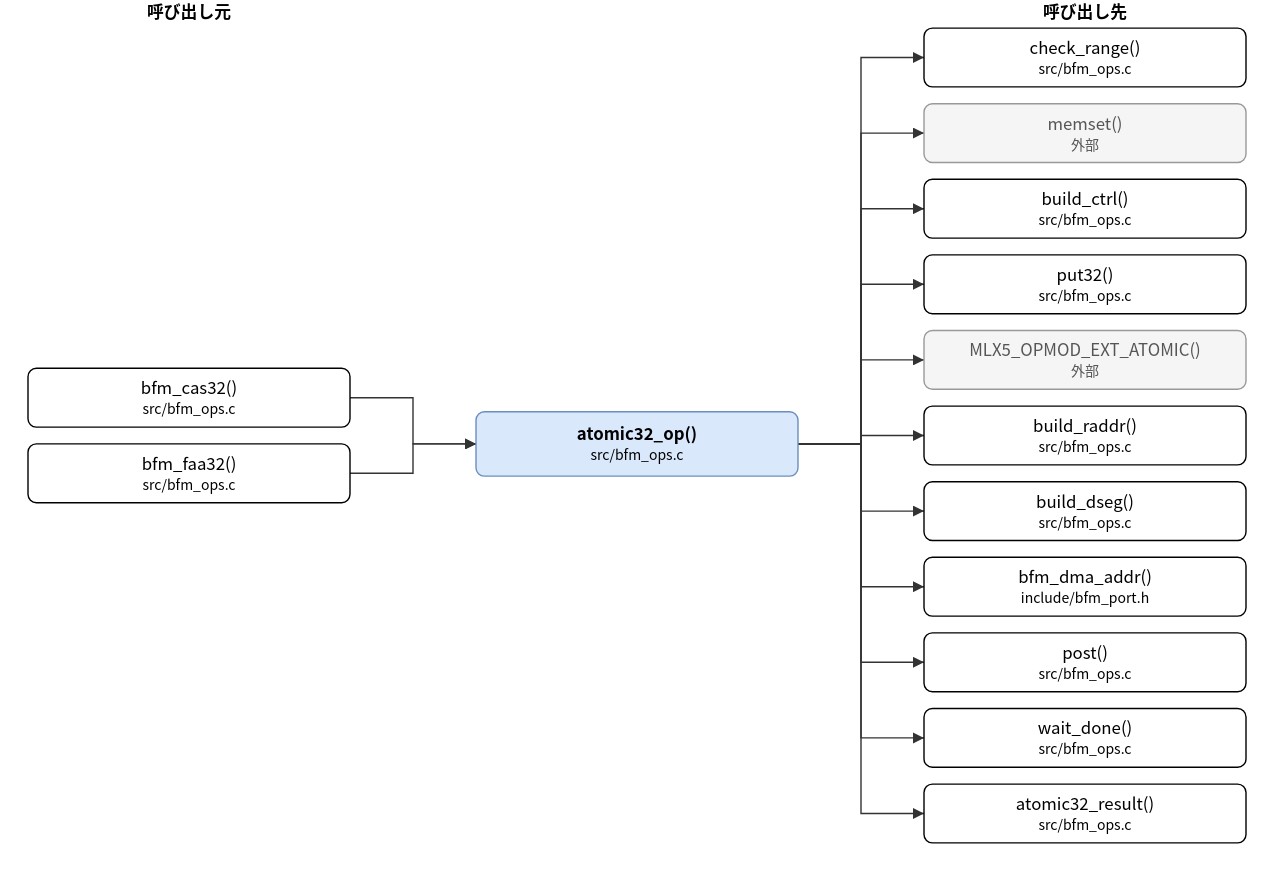
Above: doc/spec/images/call_src_bfm_ops-atomic32_op.drawio.svg in hf355051012-ai/bfmem (draw.io), before the change. Source tidied: cells renumbered, new cells last; positions are measured from the earlier drawing's top-left corner, leaving out a move shared by most shapes.
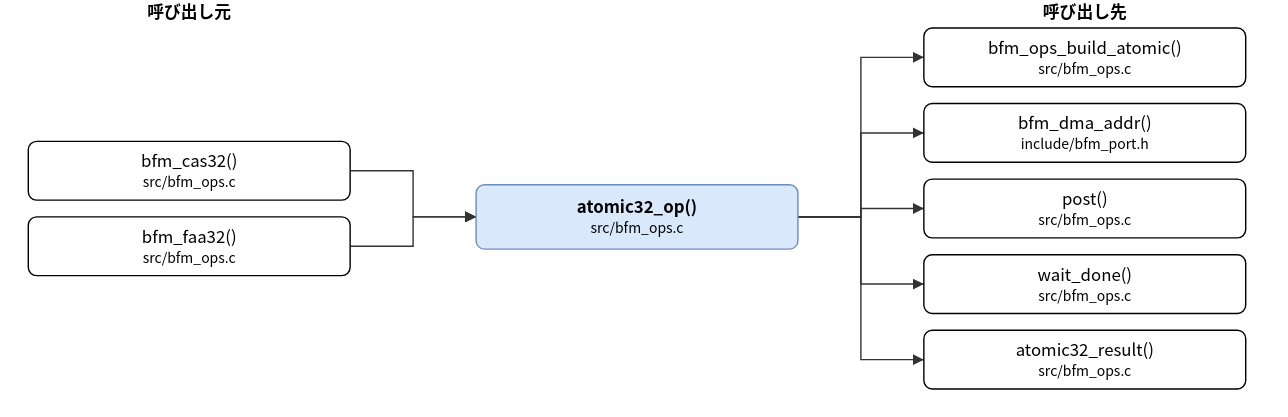
The same diagram one commit later.

Change to the diagram source:
```diff
@@ -3,67 +3,49 @@
     <mxCell id="0" />
     <mxCell id="1" parent="0" />
     <mxCell id="2" value="atomic32_op()&lt;br&gt;&lt;font style=&quot;font-size:10px&quot;&gt;src/bfm_ops.c&lt;/font&gt;" style="rounded=1;whiteSpace=wrap;html=1;fillColor=#dae8fc;strokeColor=#6c8ebf;fontStyle=1;" parent="1" vertex="1">
-      <mxGeometry x="320" y="294" width="230" height="46" as="geometry" />
+      <mxGeometry x="320" y="132" width="230" height="46" as="geometry" />
     </mxCell>
     <mxCell id="3" value="bfm_cas32()&lt;br&gt;&lt;font style=&quot;font-size:10px&quot;&gt;src/bfm_ops.c&lt;/font&gt;" style="rounded=1;whiteSpace=wrap;html=1;" parent="1" vertex="1">
-      <mxGeometry y="263" width="230" height="42" as="geometry" />
+      <mxGeometry y="101" width="230" height="42" as="geometry" />
     </mxCell>
     <mxCell id="4" value="bfm_faa32()&lt;br&gt;&lt;font style=&quot;font-size:10px&quot;&gt;src/bfm_ops.c&lt;/font&gt;" style="rounded=1;whiteSpace=wrap;html=1;" parent="1" vertex="1">
-      <mxGeometry y="317" width="230" height="42" as="geometry" />
+      <mxGeometry y="155" width="230" height="42" as="geometry" />
     </mxCell>
-    <mxCell id="5" value="check_range()&lt;br&gt;&lt;font style=&quot;font-size:10px&quot;&gt;src/bfm_ops.c&lt;/font&gt;" style="rounded=1;whiteSpace=wrap;html=1;" parent="1" vertex="1">
+    <mxCell id="5" value="bfm_ops_build_atomic()&lt;br&gt;&lt;font style=&quot;font-size:10px&quot;&gt;src/bfm_ops.c&lt;/font&gt;" style="rounded=1;whiteSpace=wrap;html=1;" parent="1" vertex="1">
       <mxGeometry x="640" y="20" width="230" height="42" as="geometry" />
     </mxCell>
-    <mxCell id="6" value="memset()&lt;br&gt;&lt;font style=&quot;font-size:10px&quot;&gt;外部&lt;/font&gt;" style="rounded=1;whiteSpace=wrap;html=1;fillColor=#f5f5f5;strokeColor=#999999;fontColor=#555555;" parent="1" vertex="1">
+    <mxCell id="6" value="bfm_dma_addr()&lt;br&gt;&lt;font style=&quot;font-size:10px&quot;&gt;include/bfm_port.h&lt;/font&gt;" style="rounded=1;whiteSpace=wrap;html=1;" parent="1" vertex="1">
       <mxGeometry x="640" y="74" width="230" height="42" as="geometry" />
     </mxCell>
-    <mxCell id="7" value="build_ctrl()&lt;br&gt;&lt;font style=&quot;font-size:10px&quot;&gt;src/bfm_ops.c&lt;/font&gt;" style="rounded=1;whiteSpace=wrap;html=1;" parent="1" vertex="1">
+    <mxCell id="7" value="post()&lt;br&gt;&lt;font style=&quot;font-size:10px&quot;&gt;src/bfm_ops.c&lt;/font&gt;" style="rounded=1;whiteSpace=wrap;html=1;" parent="1" vertex="1">
       <mxGeometry x="640" y="128" width="230" height="42" as="geometry" />
     </mxCell>
-    <mxCell id="8" value="put32()&lt;br&gt;&lt;font style=&quot;font-size:10px&quot;&gt;src/bfm_ops.c&lt;/font&gt;" style="rounded=1;whiteSpace=wrap;html=1;" parent="1" vertex="1">
+    <mxCell id="8" value="wait_done()&lt;br&gt;&lt;font style=&quot;font-size:10px&quot;&gt;src/bfm_ops.c&lt;/font&gt;" style="rounded=1;whiteSpace=wrap;html=1;" parent="1" vertex="1">
       <mxGeometry x="640" y="182" width="230" height="42" as="geometry" />
     </mxCell>
-    <mxCell id="9" value="MLX5_OPMOD_EXT_ATOMIC()&lt;br&gt;&lt;font style=&quot;font-size:10px&quot;&gt;外部&lt;/font&gt;" style="rounded=1;whiteSpace=wrap;html=1;fillColor=#f5f5f5;strokeColor=#999999;fontColor=#555555;" parent="1" vertex="1">
+    <mxCell id="9" value="atomic32_result()&lt;br&gt;&lt;font style=&quot;font-size:10px&quot;&gt;src/bfm_ops.c&lt;/font&gt;" style="rounded=1;whiteSpace=wrap;html=1;" parent="1" vertex="1">
       <mxGeometry x="640" y="236" width="230" height="42" as="geometry" />
     </mxCell>
-    <mxCell id="10" value="build_raddr()&lt;br&gt;&lt;font style=&quot;font-size:10px&quot;&gt;src/bfm_ops.c&lt;/font&gt;" style="rounded=1;whiteSpace=wrap;html=1;" parent="1" vertex="1">
-      <mxGeometry x="640" y="290" width="230" height="42" as="geometry" />
-    </mxCell>
-    <mxCell id="11" value="build_dseg()&lt;br&gt;&lt;font style=&quot;font-size:10px&quot;&gt;src/bfm_ops.c&lt;/font&gt;" style="rounded=1;whiteSpace=wrap;html=1;" parent="1" vertex="1">
-      <mxGeometry x="640" y="344" width="230" height="42" as="geometry" />
-    </mxCell>
-    <mxCell id="12" value="bfm_dma_addr()&lt;br&gt;&lt;font style=&quot;font-size:10px&quot;&gt;include/bfm_port.h&lt;/font&gt;" style="rounded=1;whiteSpace=wrap;html=1;" parent="1" vertex="1">
-      <mxGeometry x="640" y="398" width="230" height="42" as="geometry" />
-    </mxCell>
-    <mxCell id="13" value="post()&lt;br&gt;&lt;font style=&quot;font-size:10px&quot;&gt;src/bfm_ops.c&lt;/font&gt;" style="rounded=1;whiteSpace=wrap;html=1;" parent="1" vertex="1">
-      <mxGeometry x="640" y="452" width="230" height="42" as="geometry" />
-    </mxCell>
-    <mxCell id="14" value="wait_done()&lt;br&gt;&lt;font style=&quot;font-size:10px&quot;&gt;src/bfm_ops.c&lt;/font&gt;" style="rounded=1;whiteSpace=wrap;html=1;" parent="1" vertex="1">
-      <mxGeometry x="640" y="506" width="230" height="42" as="geometry" />
-    </mxCell>
-    <mxCell id="15" value="atomic32_result()&lt;br&gt;&lt;font style=&quot;font-size:10px&quot;&gt;src/bfm_ops.c&lt;/font&gt;" style="rounded=1;whiteSpace=wrap;html=1;" parent="1" vertex="1">
-      <mxGeometry x="640" y="560" width="230" height="42" as="geometry" />
-    </mxCell>
     <mxCell id="16" style="edgeStyle=none;html=1;rounded=0;endArrow=block;endFill=1;exitX=1.0000;exitY=0.5000;exitDx=0;exitDy=0;exitPerimeter=0;entryX=0.0000;entryY=0.5000;entryDx=0;entryDy=0;entryPerimeter=0;" parent="1" edge="1" source="3" target="2">
       <mxGeometry relative="1" as="geometry">
         <Array as="points">
-          <mxPoint x="275" y="284" />
-          <mxPoint x="275" y="317" />
+          <mxPoint x="275" y="122" />
+          <mxPoint x="275" y="155" />
         </Array>
       </mxGeometry>
     </mxCell>
     <mxCell id="17" style="edgeStyle=none;html=1;rounded=0;endArrow=block;endFill=1;exitX=1.0000;exitY=0.5000;exitDx=0;exitDy=0;exitPerimeter=0;entryX=0.0000;entryY=0.5000;entryDx=0;entryDy=0;entryPerimeter=0;" parent="1" edge="1" source="4" target="2">
       <mxGeometry relative="1" as="geometry">
         <Array as="points">
-          <mxPoint x="275" y="338" />
-          <mxPoint x="275" y="317" />
+          <mxPoint x="275" y="176" />
+          <mxPoint x="275" y="155" />
         </Array>
       </mxGeometry>
     </mxCell>
     <mxCell id="18" style="edgeStyle=none;html=1;rounded=0;endArrow=block;endFill=1;exitX=1.0000;exitY=0.5000;exitDx=0;exitDy=0;exitPerimeter=0;entryX=0.0000;entryY=0.5000;entryDx=0;entryDy=0;entryPerimeter=0;" parent="1" edge="1" source="2" target="5">
       <mxGeometry relative="1" as="geometry">
         <Array as="points">
-          <mxPoint x="595" y="317" />
+          <mxPoint x="595" y="155" />
           <mxPoint x="595" y="41" />
         </Array>
       </mxGeometry>
@@ -71,7 +53,7 @@
     <mxCell id="19" style="edgeStyle=none;html=1;rounded=0;endArrow=block;endFill=1;exitX=1.0000;exitY=0.5000;exitDx=0;exitDy=0;exitPerimeter=0;entryX=0.0000;entryY=0.5000;entryDx=0;entryDy=0;entryPerimeter=0;" parent="1" edge="1" source="2" target="6">
       <mxGeometry relative="1" as="geometry">
         <Array as="points">
-          <mxPoint x="595" y="317" />
+          <mxPoint x="595" y="155" />
           <mxPoint x="595" y="95" />
         </Array>
       </mxGeometry>
@@ -79,7 +61,7 @@
     <mxCell id="20" style="edgeStyle=none;html=1;rounded=0;endArrow=block;endFill=1;exitX=1.0000;exitY=0.5000;exitDx=0;exitDy=0;exitPerimeter=0;entryX=0.0000;entryY=0.5000;entryDx=0;entryDy=0;entryPerimeter=0;" parent="1" edge="1" source="2" target="7">
       <mxGeometry relative="1" as="geometry">
         <Array as="points">
-          <mxPoint x="595" y="317" />
+          <mxPoint x="595" y="155" />
           <mxPoint x="595" y="149" />
         </Array>
       </mxGeometry>
@@ -87,7 +69,7 @@
     <mxCell id="21" style="edgeStyle=none;html=1;rounded=0;endArrow=block;endFill=1;exitX=1.0000;exitY=0.5000;exitDx=0;exitDy=0;exitPerimeter=0;entryX=0.0000;entryY=0.5000;entryDx=0;entryDy=0;entryPerimeter=0;" parent="1" edge="1" source="2" target="8">
       <mxGeometry relative="1" as="geometry">
         <Array as="points">
-          <mxPoint x="595" y="317" />
+          <mxPoint x="595" y="155" />
           <mxPoint x="595" y="203" />
         </Array>
       </mxGeometry>
@@ -95,59 +77,11 @@
     <mxCell id="22" style="edgeStyle=none;html=1;rounded=0;endArrow=block;endFill=1;exitX=1.0000;exitY=0.5000;exitDx=0;exitDy=0;exitPerimeter=0;entryX=0.0000;entryY=0.5000;entryDx=0;entryDy=0;entryPerimeter=0;" parent="1" edge="1" source="2" target="9">
       <mxGeometry relative="1" as="geometry">
         <Array as="points">
-          <mxPoint x="595" y="317" />
+          <mxPoint x="595" y="155" />
           <mxPoint x="595" y="257" />
         </Array>
       </mxGeometry>
     </mxCell>
-    <mxCell id="23" style="edgeStyle=none;html=1;rounded=0;endArrow=block;endFill=1;exitX=1.0000;exitY=0.5000;exitDx=0;exitDy=0;exitPerimeter=0;entryX=0.0000;entryY=0.5000;entryDx=0;entryDy=0;entryPerimeter=0;" parent="1" edge="1" source="2" target="10">
-      <mxGeometry relative="1" as="geometry">
-        <Array as="points">
-          <mxPoint x="595" y="317" />
-          <mxPoint x="595" y="311" />
-        </Array>
-      </mxGeometry>
-    </mxCell>
-    <mxCell id="24" style="edgeStyle=none;html=1;rounded=0;endArrow=block;endFill=1;exitX=1.0000;exitY=0.5000;exitDx=0;exitDy=0;exitPerimeter=0;entryX=0.0000;entryY=0.5000;entryDx=0;entryDy=0;entryPerimeter=0;" parent="1" edge="1" source="2" target="11">
-      <mxGeometry relative="1" as="geometry">
-        <Array as="points">
-          <mxPoint x="595" y="317" />
-          <mxPoint x="595" y="365" />
-        </Array>
-      </mxGeometry>
-    </mxCell>
-    <mxCell id="25" style="edgeStyle=none;html=1;rounded=0;endArrow=block;endFill=1;exitX=1.0000;exitY=0.5000;exitDx=0;exitDy=0;exitPerimeter=0;entryX=0.0000;entryY=0.5000;entryDx=0;entryDy=0;entryPerimeter=0;" parent="1" edge="1" source="2" target="12">
-      <mxGeometry relative="1" as="geometry">
-        <Array as="points">
-          <mxPoint x="595" y="317" />
-          <mxPoint x="595" y="419" />
-        </Array>
-      </mxGeometry>
-    </mxCell>
-    <mxCell id="26" style="edgeStyle=none;html=1;rounded=0;endArrow=block;endFill=1;exitX=1.0000;exitY=0.5000;exitDx=0;exitDy=0;exitPerimeter=0;entryX=0.0000;entryY=0.5000;entryDx=0;entryDy=0;entryPerimeter=0;" parent="1" edge="1" source="2" target="13">
-      <mxGeometry relative="1" as="geometry">
-        <Array as="points">
-          <mxPoint x="595" y="317" />
-          <mxPoint x="595" y="473" />
-        </Array>
-      </mxGeometry>
-    </mxCell>
-    <mxCell id="27" style="edgeStyle=none;html=1;rounded=0;endArrow=block;endFill=1;exitX=1.0000;exitY=0.5000;exitDx=0;exitDy=0;exitPerimeter=0;entryX=0.0000;entryY=0.5000;entryDx=0;entryDy=0;entryPerimeter=0;" parent="1" edge="1" source="2" target="14">
-      <mxGeometry relative="1" as="geometry">
-        <Array as="points">
-          <mxPoint x="595" y="317" />
-          <mxPoint x="595" y="527" />
-        </Array>
-      </mxGeometry>
-    </mxCell>
-    <mxCell id="28" style="edgeStyle=none;html=1;rounded=0;endArrow=block;endFill=1;exitX=1.0000;exitY=0.5000;exitDx=0;exitDy=0;exitPerimeter=0;entryX=0.0000;entryY=0.5000;entryDx=0;entryDy=0;entryPerimeter=0;" parent="1" edge="1" source="2" target="15">
-      <mxGeometry relative="1" as="geometry">
-        <Array as="points">
-          <mxPoint x="595" y="317" />
-          <mxPoint x="595" y="581" />
-        </Array>
-      </mxGeometry>
-    </mxCell>
     <mxCell id="29" value="呼び出し元" style="text;html=1;align=center;fontStyle=1;" parent="1" vertex="1">
       <mxGeometry x="35" width="160" height="18" as="geometry" />
     </mxCell>
```
